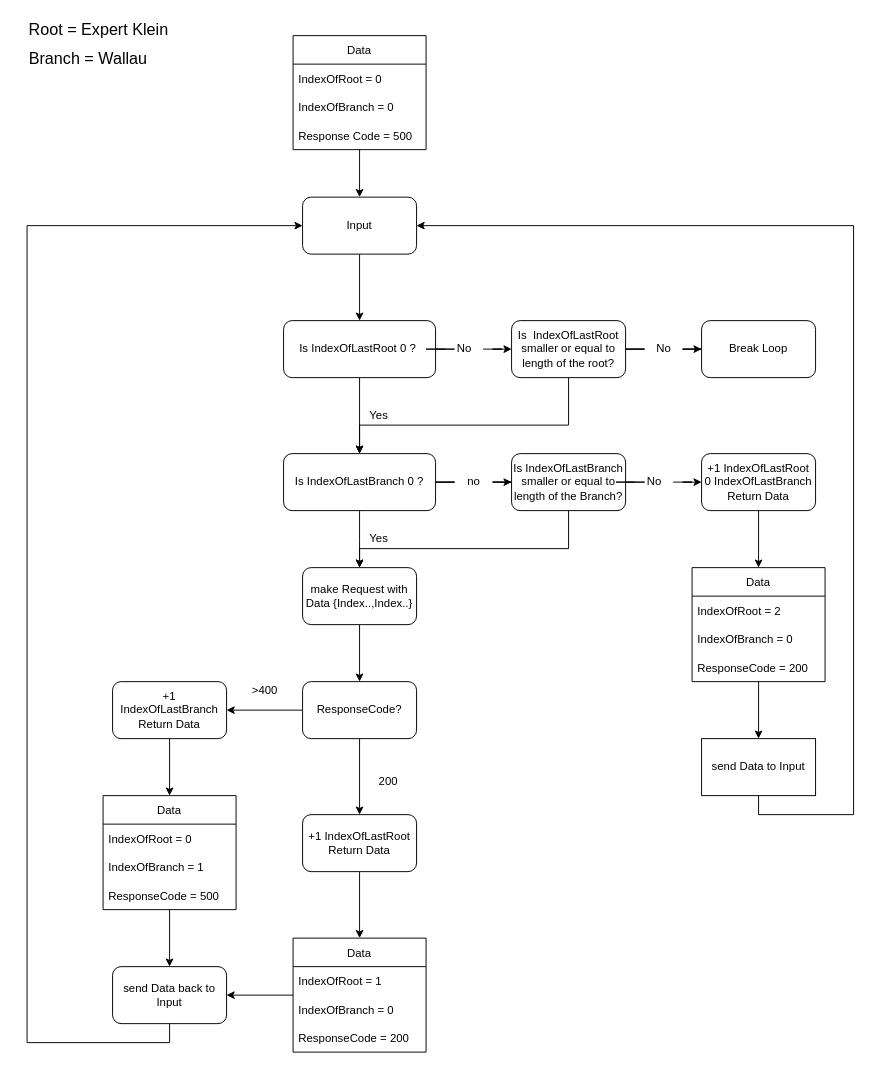
This is getNextMarket.drawio from ediiiz/PreisDetektivEX, a draw.io file, before an edit. Source tidied: cells renumbered, new cells numbered last; positions are measured from the earlier drawing's top-left corner, leaving out a move shared by most shapes. Both pictures are drawn from the tidied source at 95%, with x=0, y=0 at pixel (16, 16).
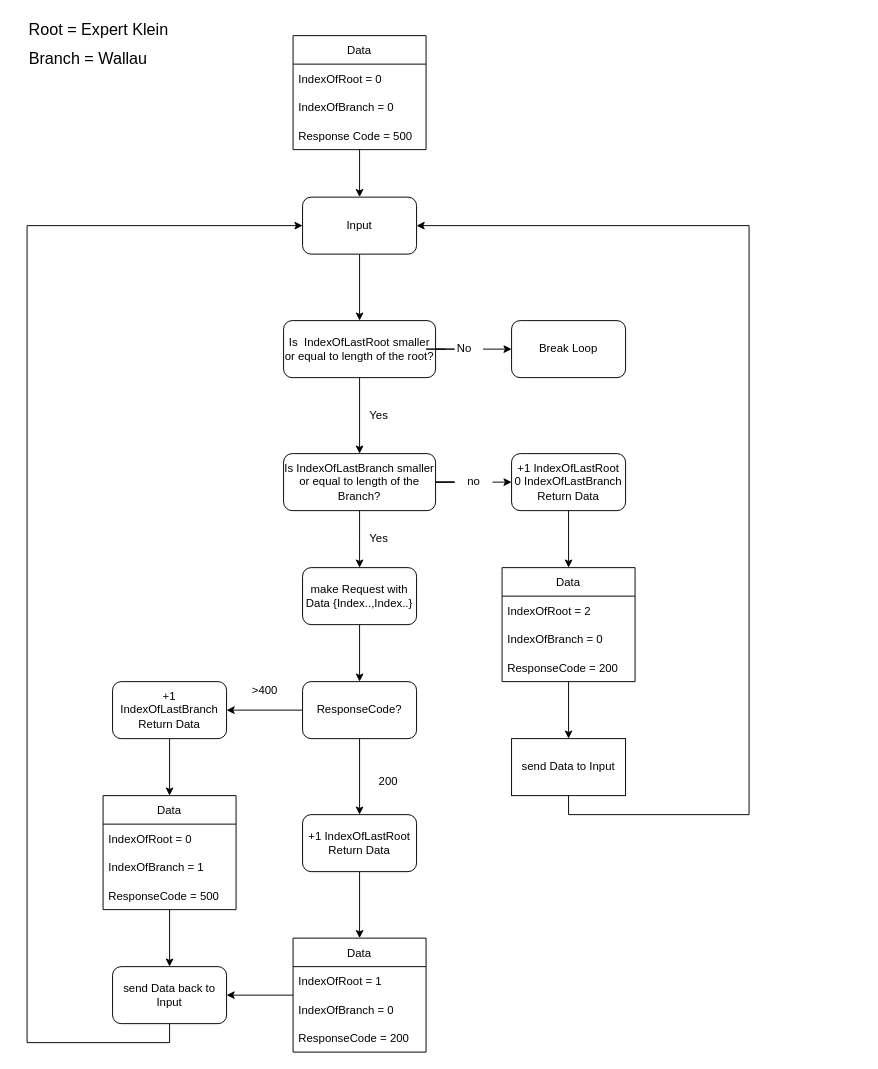
The same page after the edit.

The change refers to these unchanged cells:
```xml
<mxCell id="3" value="Input" style="rounded=1;whiteSpace=wrap;html=1;" parent="1" vertex="1">
  <mxGeometry x="301" y="190" width="120" height="60" as="geometry" />
</mxCell>
<mxCell id="13" value="make Request with Data {Index..,Index..}" style="whiteSpace=wrap;html=1;rounded=1;" parent="1" vertex="1">
  <mxGeometry x="301" y="580" width="120" height="60" as="geometry" />
</mxCell>
<mxCell id="49" value="no" style="text;html=1;align=center;verticalAlign=middle;points=[];strokeColor=none;fillColor=none;fontSize=12;" parent="1" vertex="1">
  <mxGeometry x="461" y="475" width="40" height="30" as="geometry" />
</mxCell>
<mxCell id="51" value="No" style="text;html=1;align=center;verticalAlign=middle;points=[];strokeColor=none;fillColor=none;fontSize=12;" parent="1" vertex="1">
  <mxGeometry x="451" y="335" width="40" height="30" as="geometry" />
</mxCell>
```

The edit, as a diff of the source:
```diff
@@
-    <mxCell id="10" style="edgeStyle=orthogonalEdgeStyle;rounded=0;jettySize=auto;html=1;strokeWidth=1;fontSize=12;startArrow=none;" parent="1" edge="1" source="51" target="44">
-      <mxGeometry relative="1" as="geometry" />
+    <mxCell id="10" style="edgeStyle=orthogonalEdgeStyle;rounded=0;jettySize=auto;html=1;strokeWidth=1;fontSize=12;startArrow=none;" parent="1" edge="1" source="51">
+      <mxGeometry relative="1" as="geometry">
+        <mxPoint x="521" y="350" as="targetPoint" />
+      </mxGeometry>
     </mxCell>
-    <mxCell id="11" value="Is IndexOfLastRoot 0 ?&amp;nbsp;" style="whiteSpace=wrap;html=1;rounded=1;" parent="1" vertex="1">
+    <mxCell id="11" value="Is&amp;nbsp; IndexOfLastRoot smaller or equal to length of the root?" style="whiteSpace=wrap;html=1;rounded=1;" parent="1" vertex="1">
       <mxGeometry x="281" y="320" width="160" height="60" as="geometry" />
     </mxCell>
@@
-    <mxCell id="23" style="edgeStyle=orthogonalEdgeStyle;rounded=0;jettySize=auto;html=1;strokeWidth=1;fontSize=12;startArrow=none;" parent="1" edge="1" source="49" target="48">
-      <mxGeometry relative="1" as="geometry" />
+    <mxCell id="23" style="edgeStyle=orthogonalEdgeStyle;rounded=0;jettySize=auto;html=1;strokeWidth=1;fontSize=12;startArrow=none;" parent="1" edge="1" source="49">
+      <mxGeometry relative="1" as="geometry">
+        <mxPoint x="521" y="490" as="targetPoint" />
+      </mxGeometry>
     </mxCell>
-    <mxCell id="24" value="Is IndexOfLastBranch 0 ?" style="whiteSpace=wrap;html=1;rounded=1;" parent="1" vertex="1">
+    <mxCell id="24" value="Is IndexOfLastBranch smaller or equal to length of the Branch?" style="whiteSpace=wrap;html=1;rounded=1;" parent="1" vertex="1">
       <mxGeometry x="281" y="460" width="160" height="60" as="geometry" />
     </mxCell>
@@
-    <mxCell id="42" style="edgeStyle=orthogonalEdgeStyle;rounded=0;jettySize=auto;html=1;entryX=0.5;entryY=0;entryDx=0;entryDy=0;strokeWidth=1;fontSize=12;" parent="1" edge="1" source="44" target="24">
-      <mxGeometry relative="1" as="geometry">
-        <Array as="points">
-          <mxPoint x="581" y="430" />
-          <mxPoint x="361" y="430" />
-        </Array>
-      </mxGeometry>
-    </mxCell>
-    <mxCell id="43" style="edgeStyle=orthogonalEdgeStyle;rounded=0;jettySize=auto;html=1;strokeWidth=1;fontSize=12;startArrow=none;" parent="1" edge="1" source="53" target="45">
-      <mxGeometry relative="1" as="geometry" />
-    </mxCell>
-    <mxCell id="44" value="Is&amp;nbsp; IndexOfLastRoot smaller or equal to length of the root?" style="whiteSpace=wrap;html=1;rounded=1;" parent="1" vertex="1">
-      <mxGeometry x="521" y="320" width="120" height="60" as="geometry" />
-    </mxCell>
     <mxCell id="45" value="Break Loop" style="whiteSpace=wrap;html=1;rounded=1;" parent="1" vertex="1">
-      <mxGeometry x="721" y="320" width="120" height="60" as="geometry" />
+      <mxGeometry x="521" y="320" width="120" height="60" as="geometry" />
     </mxCell>
-    <mxCell id="46" style="edgeStyle=orthogonalEdgeStyle;rounded=0;jettySize=auto;html=1;entryX=0.5;entryY=0;entryDx=0;entryDy=0;strokeWidth=1;fontSize=12;" parent="1" edge="1" source="48" target="13">
-      <mxGeometry relative="1" as="geometry">
-        <Array as="points">
-          <mxPoint x="581" y="560" />
-          <mxPoint x="361" y="560" />
-        </Array>
-      </mxGeometry>
-    </mxCell>
-    <mxCell id="47" style="edgeStyle=orthogonalEdgeStyle;rounded=0;jettySize=auto;html=1;strokeWidth=1;fontSize=12;startArrow=none;" parent="1" edge="1" source="57" target="56">
-      <mxGeometry relative="1" as="geometry" />
-    </mxCell>
-    <mxCell id="48" value="Is IndexOfLastBranch smaller or equal to length of the Branch?" style="whiteSpace=wrap;html=1;rounded=1;" parent="1" vertex="1">
-      <mxGeometry x="521" y="460" width="120" height="60" as="geometry" />
-    </mxCell>
@@
-    <mxCell id="53" value="No" style="text;html=1;align=center;verticalAlign=middle;points=[];strokeColor=none;fillColor=none;fontSize=12;" parent="1" vertex="1">
-      <mxGeometry x="661" y="335" width="40" height="30" as="geometry" />
-    </mxCell>
-    <mxCell id="54" style="edgeStyle=orthogonalEdgeStyle;rounded=0;jettySize=auto;html=1;strokeWidth=1;fontSize=12;endArrow=none;" parent="1" edge="1" source="44" target="53">
-      <mxGeometry relative="1" as="geometry" />
-    </mxCell>
@@
     <mxCell id="56" value="+1 IndexOfLastRoot&lt;br&gt;0 IndexOfLastBranch Return Data" style="whiteSpace=wrap;html=1;rounded=1;" parent="1" vertex="1">
-      <mxGeometry x="721" y="460" width="120" height="60" as="geometry" />
+      <mxGeometry x="521" y="460" width="120" height="60" as="geometry" />
     </mxCell>
-    <mxCell id="57" value="No" style="text;html=1;align=center;verticalAlign=middle;points=[];strokeColor=none;fillColor=none;fontSize=12;" parent="1" vertex="1">
-      <mxGeometry x="651" y="475" width="40" height="30" as="geometry" />
-    </mxCell>
-    <mxCell id="58" style="edgeStyle=orthogonalEdgeStyle;rounded=0;jettySize=auto;html=1;strokeWidth=1;fontSize=12;endArrow=none;" parent="1" edge="1" source="48" target="57">
-      <mxGeometry relative="1" as="geometry" />
-    </mxCell>
@@
     <mxCell id="60" value="Data" style="swimlane;fontStyle=0;horizontal=1;startSize=30;fontSize=12;" parent="1" vertex="1">
-      <mxGeometry x="711" y="580" width="140" height="120" as="geometry" />
+      <mxGeometry x="511" y="580" width="140" height="120" as="geometry" />
     </mxCell>
@@
     <mxCell id="64" style="edgeStyle=orthogonalEdgeStyle;rounded=0;jettySize=auto;html=1;entryX=1;entryY=0.5;entryDx=0;entryDy=0;strokeWidth=1;fontSize=12;" parent="1" edge="1" source="65" target="3">
       <mxGeometry relative="1" as="geometry">
         <Array as="points">
-          <mxPoint x="881" y="840" />
-          <mxPoint x="881" y="220" />
+          <mxPoint x="581" y="840" />
+          <mxPoint x="771" y="840" />
+          <mxPoint x="771" y="220" />
         </Array>
       </mxGeometry>
     </mxCell>
     <mxCell id="65" value="send Data to Input" style="whiteSpace=wrap;html=1;fontStyle=0;startSize=30;" parent="1" vertex="1">
-      <mxGeometry x="721" y="760" width="120" height="60" as="geometry" />
+      <mxGeometry x="521" y="760" width="120" height="60" as="geometry" />
     </mxCell>
```
